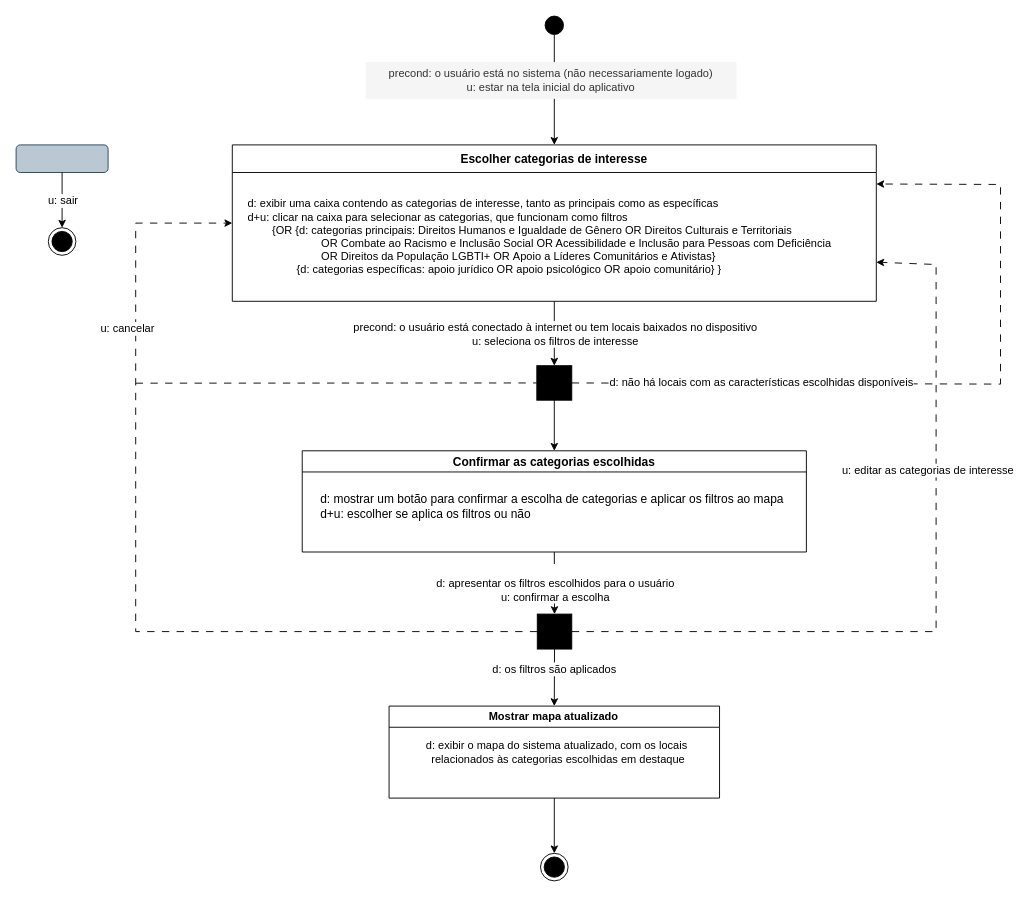
Before: tp ihc - modelagem de interação preferências .drawio in manuelamfo/TP-IHC-2024-2, a draw.io diagram. Source tidied: cells renumbered, new cells numbered last; positions are measured from the earlier drawing's top-left corner, leaving out a move shared by most shapes. Both pictures are drawn from the tidied source at 92%, with x=0, y=0 at pixel (16, 16).
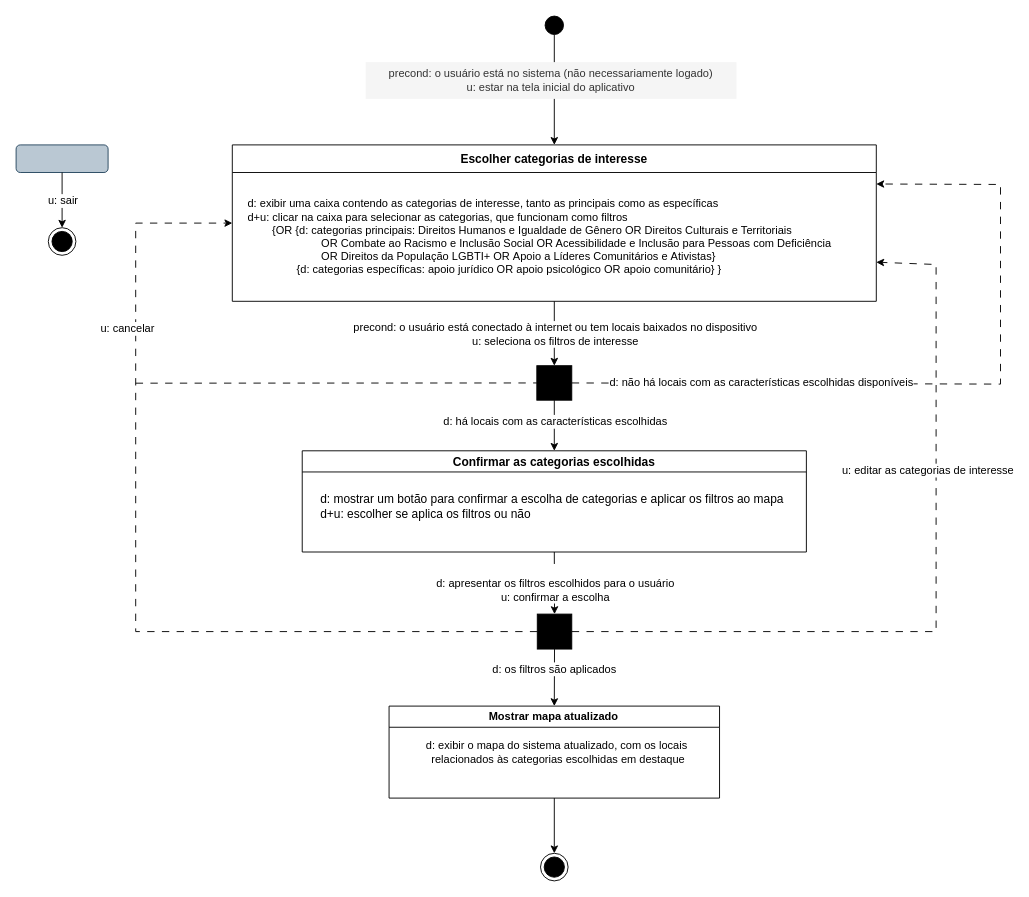
Above is the later version.

Change to the diagram source:
```diff
@@
+    <mxCell id="33" value="d: há locais com as características escolhidas" style="edgeLabel;html=1;align=center;verticalAlign=middle;fontSize=12;" parent="1" vertex="1">
+      <mxGeometry x="585.2" y="440" as="geometry" />
+    </mxCell>
```
